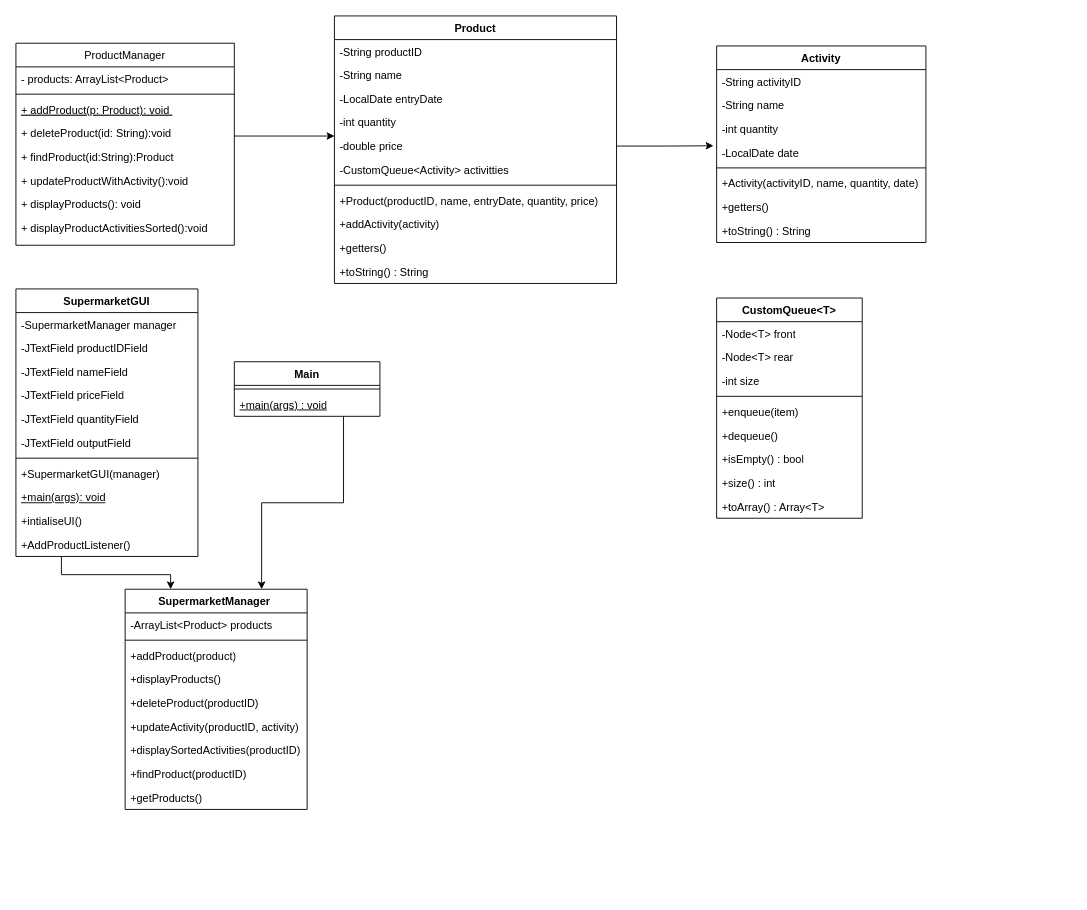
Above: Supermarket.drawio in Veer-Rishabh/Group-5-Coursework-1 (draw.io), before the change. Source tidied: cells renumbered, new cells numbered last; positions are measured from the earlier drawing's top-left corner, leaving out a move shared by most shapes. Both pictures are drawn from the tidied source at 91%, with x=0, y=0 at pixel (15, 15).
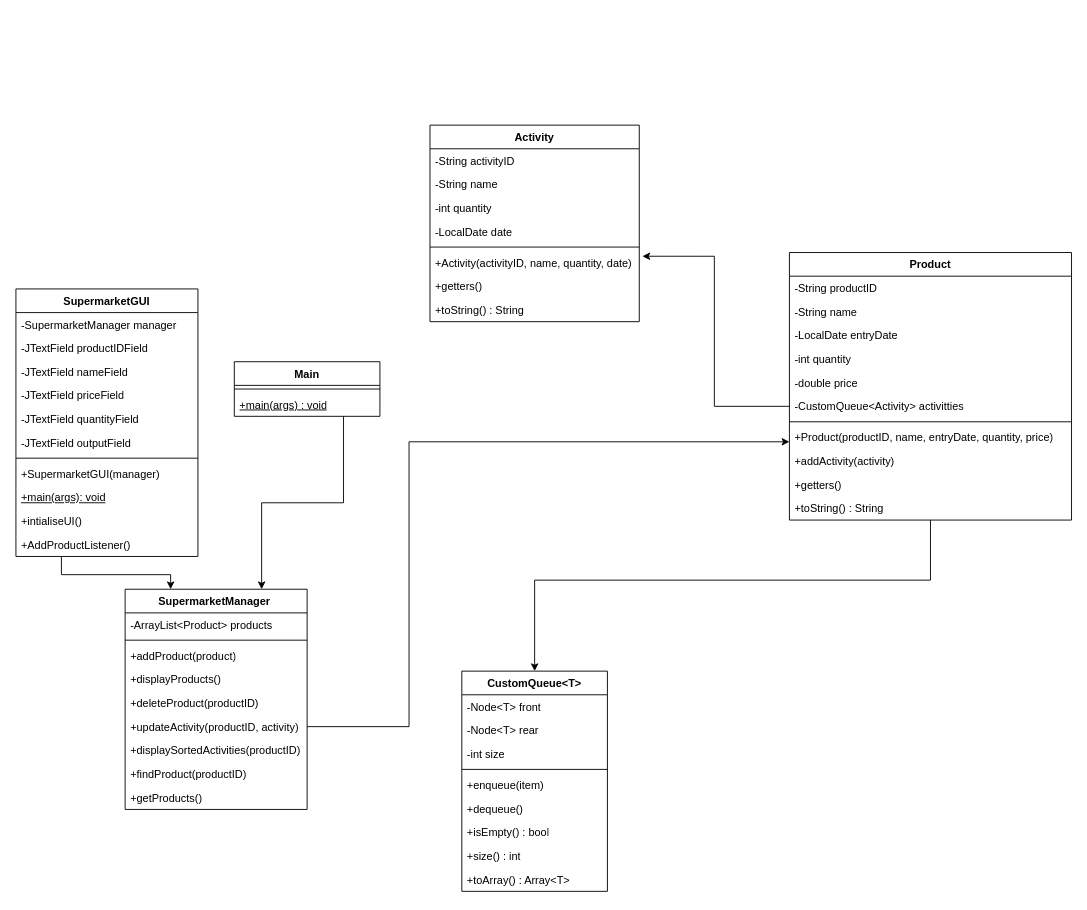
The same diagram, later.

The change refers to these unchanged cells:
```xml
<mxCell id="35" value="+updateActivity(productID, activity)" style="text;strokeColor=none;fillColor=none;align=left;verticalAlign=top;spacingLeft=4;spacingRight=4;overflow=hidden;points=[[0,0.5],[1,0.5]];portConstraint=eastwest;whiteSpace=wrap;html=1;" parent="29" vertex="1">
  <mxGeometry y="138" width="200" height="26" as="geometry" />
</mxCell>
<mxCell id="43" value="-LocalDate date" style="text;strokeColor=none;fillColor=none;align=left;verticalAlign=top;spacingLeft=4;spacingRight=4;overflow=hidden;points=[[0,0.5],[1,0.5]];portConstraint=eastwest;whiteSpace=wrap;html=1;" parent="39" vertex="1">
  <mxGeometry y="104" width="230" height="26" as="geometry" />
</mxCell>
<mxCell id="45" value="+Activity(activityID, name, quantity, date)" style="text;strokeColor=none;fillColor=none;align=left;verticalAlign=top;spacingLeft=4;spacingRight=4;overflow=hidden;points=[[0,0.5],[1,0.5]];portConstraint=eastwest;whiteSpace=wrap;html=1;" parent="39" vertex="1">
  <mxGeometry y="138" width="230" height="26" as="geometry" />
</mxCell>
<mxCell id="53" value="-double price" style="text;strokeColor=none;fillColor=none;align=left;verticalAlign=top;spacingLeft=4;spacingRight=4;overflow=hidden;points=[[0,0.5],[1,0.5]];portConstraint=eastwest;whiteSpace=wrap;html=1;" parent="48" vertex="1">
  <mxGeometry y="130" width="310" height="26" as="geometry" />
</mxCell>
<mxCell id="54" value="-CustomQueue&amp;lt;Activity&amp;gt; activitties" style="text;strokeColor=none;fillColor=none;align=left;verticalAlign=top;spacingLeft=4;spacingRight=4;overflow=hidden;points=[[0,0.5],[1,0.5]];portConstraint=eastwest;whiteSpace=wrap;html=1;" parent="48" vertex="1">
  <mxGeometry y="156" width="310" height="26" as="geometry" />
</mxCell>
```

What changed in the source:
```diff
@@
-    <mxCell id="2" style="edgeStyle=orthogonalEdgeStyle;rounded=0;jettySize=auto;html=1;entryX=0;entryY=0.923;entryDx=0;entryDy=0;entryPerimeter=0;" parent="1" edge="1" source="3">
-      <mxGeometry relative="1" as="geometry">
-        <mxPoint x="350" y="132" as="targetPoint" />
-        <Array as="points">
-          <mxPoint x="350" y="131" />
-        </Array>
-      </mxGeometry>
-    </mxCell>
-    <mxCell id="3" value="ProductManager" style="swimlane;fontStyle=0;align=center;verticalAlign=top;horizontal=1;startSize=26;rounded=0;shadow=0;strokeWidth=1;" parent="1" vertex="1">
-      <mxGeometry y="30" width="240" height="222" as="geometry" />
-    </mxCell>
-    <mxCell id="4" value="- products: ArrayList&lt;Product&gt;" style="text;align=left;verticalAlign=top;spacingLeft=4;spacingRight=4;overflow=hidden;" parent="3" vertex="1">
-      <mxGeometry y="26" width="240" height="26" as="geometry" />
-    </mxCell>
-    <mxCell id="5" style="line;html=1;strokeWidth=1;align=left;verticalAlign=middle;spacingTop=-1;spacingLeft=3;spacingRight=3;labelPosition=right;" parent="3" vertex="1">
-      <mxGeometry y="52" width="240" height="8" as="geometry" />
-    </mxCell>
-    <mxCell id="6" value="+ addProduct(p: Product): void " style="text;align=left;verticalAlign=top;spacingLeft=4;spacingRight=4;overflow=hidden;fontStyle=4;" parent="3" vertex="1">
-      <mxGeometry y="60" width="240" height="26" as="geometry" />
-    </mxCell>
-    <mxCell id="7" value="+ deleteProduct(id: String):void" style="text;align=left;verticalAlign=top;spacingLeft=4;spacingRight=4;overflow=hidden;" parent="3" vertex="1">
-      <mxGeometry y="86" width="240" height="26" as="geometry" />
-    </mxCell>
-    <mxCell id="8" value="+ findProduct(id:String):Product" style="text;align=left;verticalAlign=top;spacingLeft=4;spacingRight=4;overflow=hidden;" parent="3" vertex="1">
-      <mxGeometry y="112" width="240" height="26" as="geometry" />
-    </mxCell>
-    <mxCell id="9" value="+ updateProductWithActivity():void" style="text;align=left;verticalAlign=top;spacingLeft=4;spacingRight=4;overflow=hidden;" parent="3" vertex="1">
-      <mxGeometry y="138" width="240" height="26" as="geometry" />
-    </mxCell>
-    <mxCell id="10" value="+ displayProducts(): void  " style="text;align=left;verticalAlign=top;spacingLeft=4;spacingRight=4;overflow=hidden;" parent="3" vertex="1">
-      <mxGeometry y="164" width="240" height="26" as="geometry" />
-    </mxCell>
-    <mxCell id="11" value="+ displayProductActivitiesSorted():void" style="text;align=left;verticalAlign=top;spacingLeft=4;spacingRight=4;overflow=hidden;" parent="3" vertex="1">
-      <mxGeometry y="190" width="240" height="26" as="geometry" />
-    </mxCell>
@@
     <mxCell id="39" value="Activity" style="swimlane;fontStyle=1;align=center;verticalAlign=top;horizontal=1;startSize=26;whiteSpace=wrap;html=1;" parent="1" vertex="1">
-      <mxGeometry x="770" y="33" width="230" height="216" as="geometry" />
+      <mxGeometry x="455" y="120" width="230" height="216" as="geometry" />
     </mxCell>
@@
     <mxCell id="48" value="Product" style="swimlane;fontStyle=1;align=center;verticalAlign=top;horizontal=1;startSize=26;whiteSpace=wrap;html=1;" parent="1" vertex="1">
-      <mxGeometry x="350" width="310" height="294" as="geometry" />
+      <mxGeometry x="850" y="260" width="310" height="294" as="geometry" />
     </mxCell>
@@
     <mxCell id="60" value="CustomQueue&amp;lt;T&amp;gt;" style="swimlane;fontStyle=1;align=center;verticalAlign=top;horizontal=1;startSize=26;whiteSpace=wrap;html=1;" parent="1" vertex="1">
-      <mxGeometry x="770" y="310" width="160" height="242" as="geometry" />
+      <mxGeometry x="490" y="720" width="160" height="242" as="geometry" />
     </mxCell>
@@
-    <mxCell id="70" style="edgeStyle=orthogonalEdgeStyle;rounded=0;jettySize=auto;html=1;entryX=-0.015;entryY=0.218;entryDx=0;entryDy=0;entryPerimeter=0;" parent="1" edge="1" source="53" target="43">
-      <mxGeometry relative="1" as="geometry" />
-    </mxCell>
+    <mxCell id="71" style="edgeStyle=orthogonalEdgeStyle;rounded=0;jettySize=auto;html=1;exitX=0.5;exitY=1;exitDx=0;exitDy=0;entryX=0.5;entryY=0;entryDx=0;entryDy=0;" parent="1" edge="1" source="48" target="60">
+      <mxGeometry relative="1" as="geometry">
+        <Array as="points">
+          <mxPoint x="1005" y="620" />
+          <mxPoint x="570" y="620" />
+        </Array>
+      </mxGeometry>
+    </mxCell>
+    <mxCell id="72" style="edgeStyle=orthogonalEdgeStyle;rounded=0;jettySize=auto;html=1;entryX=1.015;entryY=0.234;entryDx=0;entryDy=0;entryPerimeter=0;" parent="1" edge="1" source="54" target="45">
+      <mxGeometry relative="1" as="geometry" />
+    </mxCell>
+    <mxCell id="73" style="edgeStyle=orthogonalEdgeStyle;rounded=0;jettySize=auto;html=1;" parent="1" edge="1" source="35">
+      <mxGeometry relative="1" as="geometry">
+        <mxPoint x="850" y="468" as="targetPoint" />
+        <Array as="points">
+          <mxPoint x="432" y="781" />
+          <mxPoint x="432" y="468" />
+          <mxPoint x="850" y="468" />
+        </Array>
+      </mxGeometry>
+    </mxCell>
```
